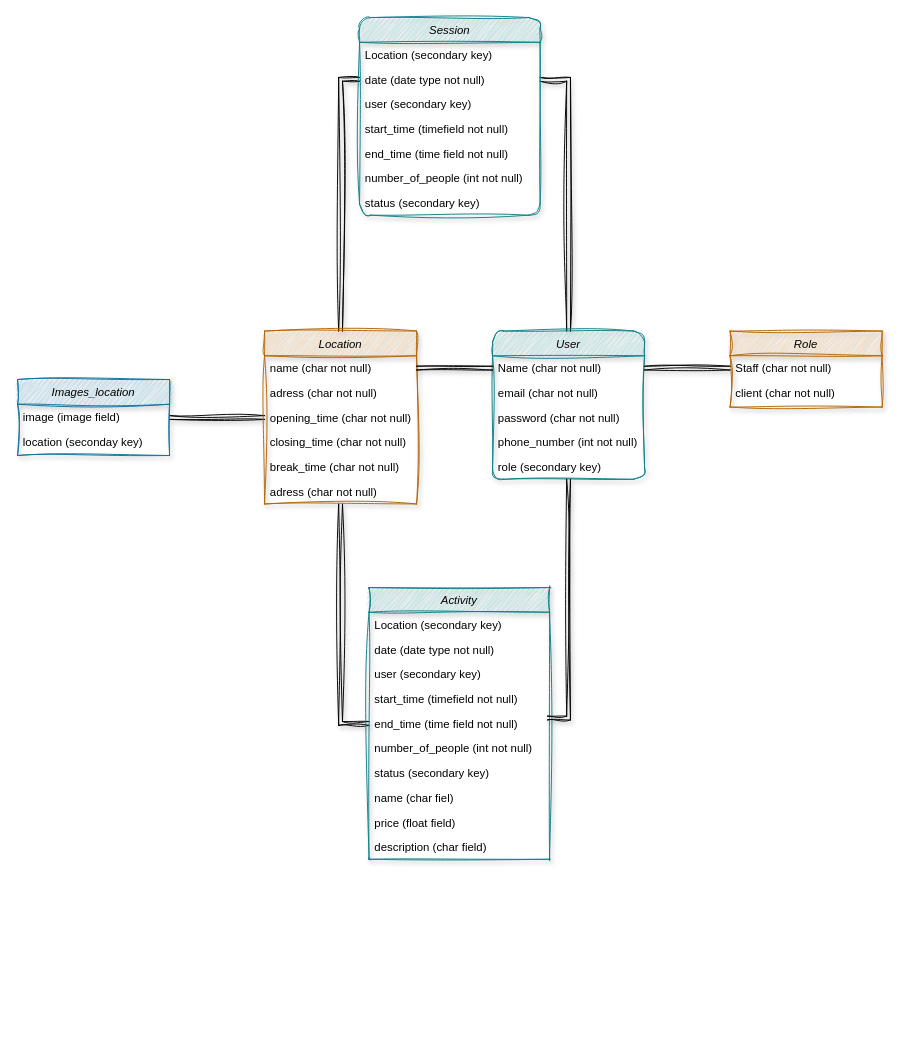
Earlier version of the draw.io diagram ClassDiagram.drawio (Linda0Sousa/RightTime). Source tidied: cells renumbered, new cells numbered last; positions are measured from the earlier drawing's top-left corner, leaving out a move shared by most shapes. Both pictures are drawn from the tidied source at 95%, with x=0, y=0 at pixel (17, 17).
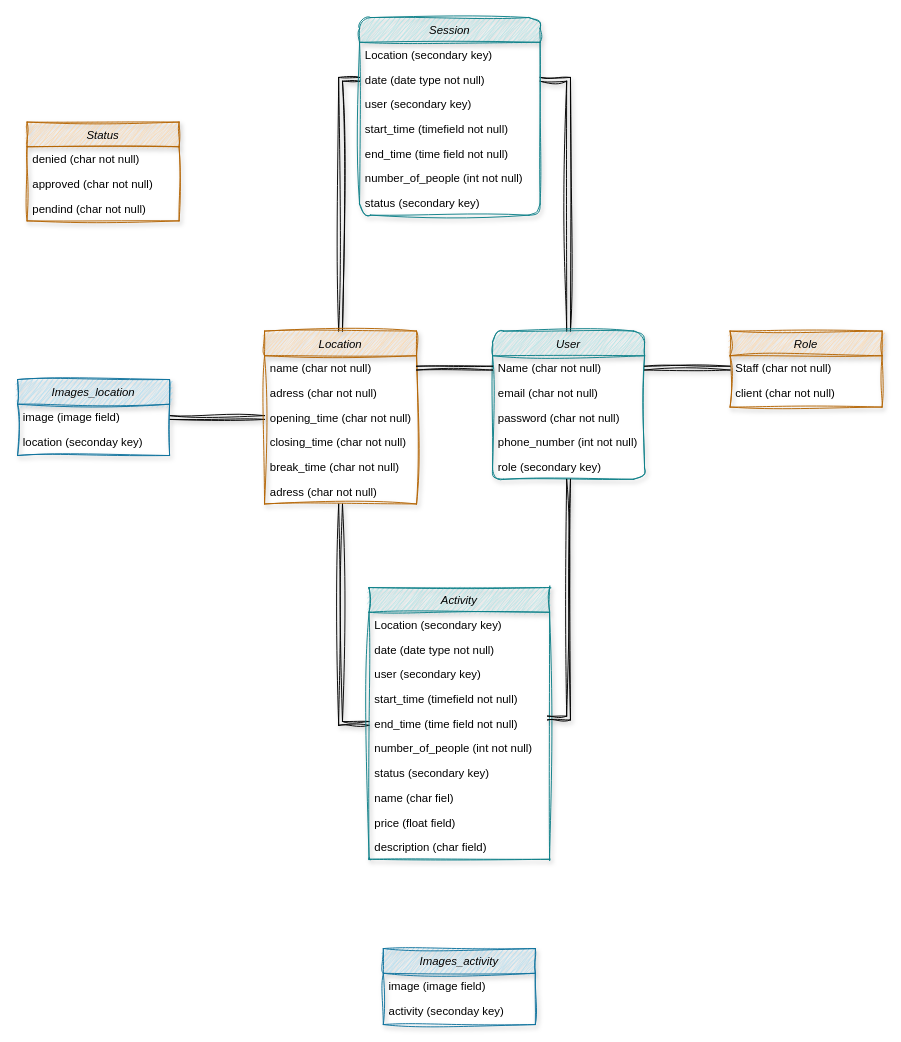
Above is the later version.

Commit message:
status and activity ClassDiagram.drawio

Diff of the diagram source:
```diff
@@
+    <mxCell id="47" value="Status" style="swimlane;fontStyle=2;align=center;verticalAlign=top;horizontal=1;startSize=26;rounded=0;shadow=1;strokeWidth=1;fillColor=#fad7ac;strokeColor=#b46504;fillStyle=zigzag;sketch=1;curveFitting=1;jiggle=2;" parent="1" vertex="1">
+      <mxGeometry x="10" y="110" width="160" height="104" as="geometry" />
+    </mxCell>
+    <mxCell id="48" value="denied (char not null)" style="text;align=left;verticalAlign=top;spacingLeft=4;spacingRight=4;overflow=hidden;rounded=0;shadow=0;html=0;" parent="47" vertex="1">
+      <mxGeometry y="26" width="160" height="26" as="geometry" />
+    </mxCell>
+    <mxCell id="49" value="approved (char not null)" style="text;align=left;verticalAlign=top;spacingLeft=4;spacingRight=4;overflow=hidden;" parent="47" vertex="1">
+      <mxGeometry y="52" width="160" height="26" as="geometry" />
+    </mxCell>
+    <mxCell id="50" value="pendind (char not null)" style="text;align=left;verticalAlign=top;spacingLeft=4;spacingRight=4;overflow=hidden;rounded=0;shadow=0;html=0;" parent="47" vertex="1">
+      <mxGeometry y="78" width="160" height="26" as="geometry" />
+    </mxCell>
+    <mxCell id="51" value="Images_activity" style="swimlane;fontStyle=2;align=center;verticalAlign=top;horizontal=1;startSize=26;rounded=0;shadow=1;strokeWidth=1;fillColor=#b1ddf0;strokeColor=#10739e;fillStyle=zigzag;sketch=1;curveFitting=1;jiggle=2;" parent="1" vertex="1">
+      <mxGeometry x="385" y="980" width="160" height="80" as="geometry" />
+    </mxCell>
+    <mxCell id="52" value="image (image field)" style="text;align=left;verticalAlign=top;spacingLeft=4;spacingRight=4;overflow=hidden;rounded=1;sketch=1;curveFitting=1;jiggle=2;shadow=1;" parent="51" vertex="1">
+      <mxGeometry y="26" width="160" height="26" as="geometry" />
+    </mxCell>
+    <mxCell id="53" value="activity (seconday key)" style="text;align=left;verticalAlign=top;spacingLeft=4;spacingRight=4;overflow=hidden;rounded=0;shadow=0;html=0;" parent="51" vertex="1">
+      <mxGeometry y="52" width="160" height="26" as="geometry" />
+    </mxCell>
```
